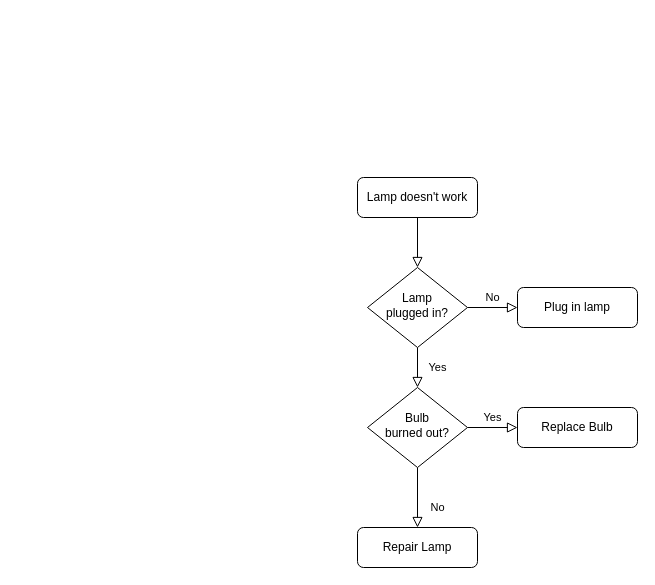
This is DesignDiagrams/Scoring.drawio from king525dev/AngryBirds-NEA, a draw.io file, before an edit. Source tidied: cells renumbered, new cells numbered last; positions are measured from the earlier drawing's top-left corner, leaving out a move shared by most shapes. Both pictures are drawn from the tidied source at 100%, with x=0, y=0 at pixel (357, 177).
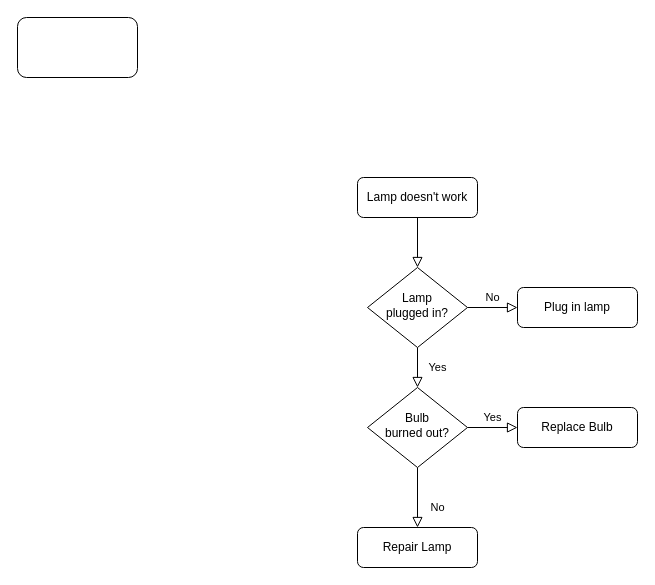
The same diagram, later.

Change to the diagram source:
```diff
@@
 <mxGraphModel>
   <root>
     <mxCell id="0" />
     <mxCell id="1" parent="0" />
     <mxCell id="2" style="rounded=0;html=1;jettySize=auto;fontSize=11;endArrow=block;endFill=0;endSize=8;strokeWidth=1;shadow=0;labelBackgroundColor=none;edgeStyle=orthogonalEdgeStyle;" parent="1" edge="1" source="3" target="6">
       <mxGeometry relative="1" as="geometry" />
     </mxCell>
     <mxCell id="3" value="Lamp doesn't work" style="rounded=1;whiteSpace=wrap;html=1;fontSize=12;glass=0;strokeWidth=1;shadow=0;" parent="1" vertex="1">
       <mxGeometry width="120" height="40" as="geometry" />
     </mxCell>
     <mxCell id="4" value="Yes" style="rounded=0;html=1;jettySize=auto;fontSize=11;endArrow=block;endFill=0;endSize=8;strokeWidth=1;shadow=0;labelBackgroundColor=none;edgeStyle=orthogonalEdgeStyle;" parent="1" edge="1" source="6" target="10">
       <mxGeometry y="20" relative="1" as="geometry" />
     </mxCell>
     <mxCell id="5" value="No" style="edgeStyle=orthogonalEdgeStyle;rounded=0;html=1;jettySize=auto;fontSize=11;endArrow=block;endFill=0;endSize=8;strokeWidth=1;shadow=0;labelBackgroundColor=none;" parent="1" edge="1" source="6" target="7">
       <mxGeometry y="10" relative="1" as="geometry" />
     </mxCell>
     <mxCell id="6" value="Lamp&lt;br&gt;plugged in?" style="rhombus;whiteSpace=wrap;html=1;shadow=0;fontFamily=Helvetica;fontSize=12;align=center;strokeWidth=1;spacing=6;spacingTop=-4;" parent="1" vertex="1">
       <mxGeometry x="10" y="90" width="100" height="80" as="geometry" />
     </mxCell>
     <mxCell id="7" value="Plug in lamp" style="rounded=1;whiteSpace=wrap;html=1;fontSize=12;glass=0;strokeWidth=1;shadow=0;" parent="1" vertex="1">
       <mxGeometry x="160" y="110" width="120" height="40" as="geometry" />
     </mxCell>
     <mxCell id="8" value="No" style="rounded=0;html=1;jettySize=auto;fontSize=11;endArrow=block;endFill=0;endSize=8;strokeWidth=1;shadow=0;labelBackgroundColor=none;edgeStyle=orthogonalEdgeStyle;" parent="1" edge="1" source="10" target="11">
       <mxGeometry x="0.33" y="20" relative="1" as="geometry" />
     </mxCell>
     <mxCell id="9" value="Yes" style="edgeStyle=orthogonalEdgeStyle;rounded=0;html=1;jettySize=auto;fontSize=11;endArrow=block;endFill=0;endSize=8;strokeWidth=1;shadow=0;labelBackgroundColor=none;" parent="1" edge="1" source="10" target="12">
       <mxGeometry y="10" relative="1" as="geometry" />
     </mxCell>
     <mxCell id="10" value="Bulb&lt;br&gt;burned out?" style="rhombus;whiteSpace=wrap;html=1;shadow=0;fontFamily=Helvetica;fontSize=12;align=center;strokeWidth=1;spacing=6;spacingTop=-4;" parent="1" vertex="1">
       <mxGeometry x="10" y="210" width="100" height="80" as="geometry" />
     </mxCell>
     <mxCell id="11" value="Repair Lamp" style="rounded=1;whiteSpace=wrap;html=1;fontSize=12;glass=0;strokeWidth=1;shadow=0;" parent="1" vertex="1">
       <mxGeometry y="350" width="120" height="40" as="geometry" />
     </mxCell>
     <mxCell id="12" value="Replace Bulb" style="rounded=1;whiteSpace=wrap;html=1;fontSize=12;glass=0;strokeWidth=1;shadow=0;" parent="1" vertex="1">
       <mxGeometry x="160" y="230" width="120" height="40" as="geometry" />
     </mxCell>
+    <mxCell id="13" style="rounded=1;whiteSpace=wrap;html=1;" parent="1" vertex="1">
+      <mxGeometry x="-340" y="-160" width="120" height="60" as="geometry" />
+    </mxCell>
   </root>
 </mxGraphModel>
```
